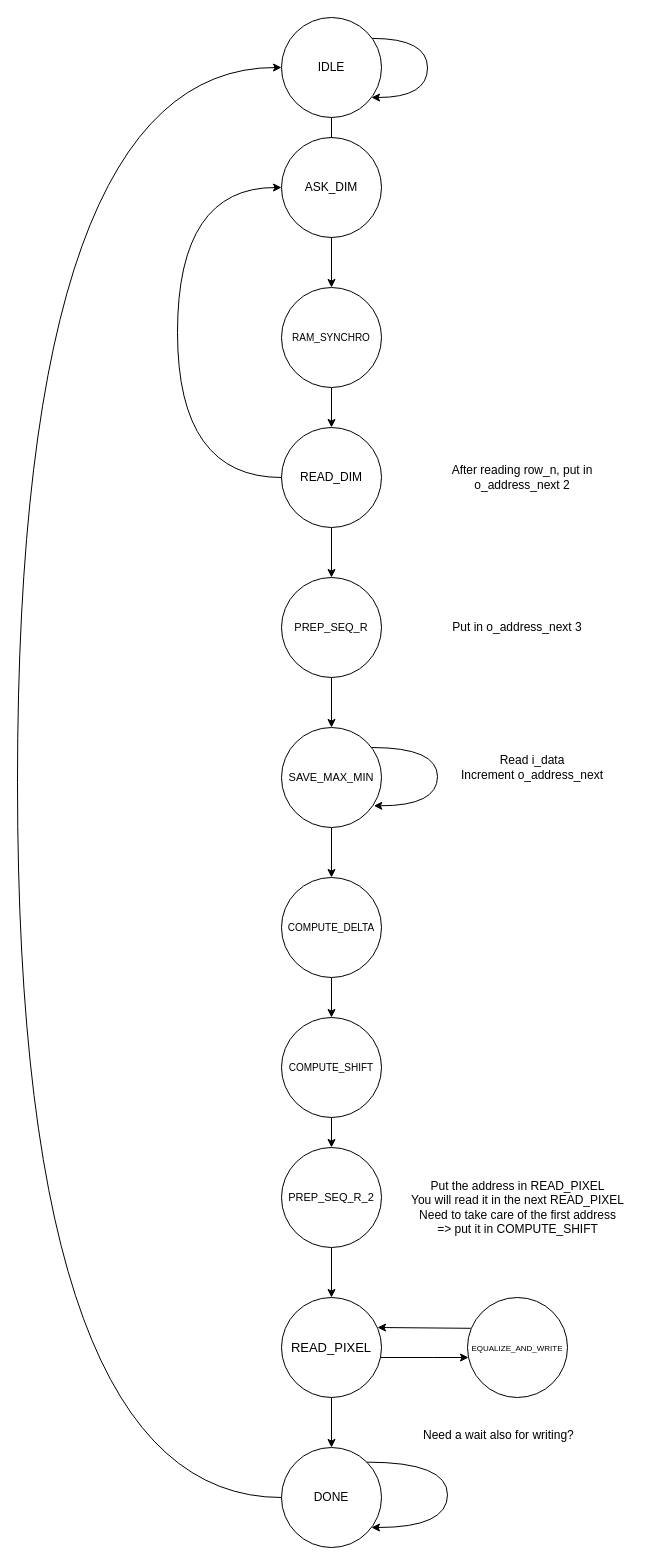
Before: documentation/state_machine.drawio in AlbertoPirillo/logic-networks-project-2020, a draw.io diagram. Source tidied: cells renumbered, new cells numbered last; positions are measured from the earlier drawing's top-left corner, leaving out a move shared by most shapes. Both pictures are drawn from the tidied source at 100%, with x=0, y=0 at pixel (17, 17).
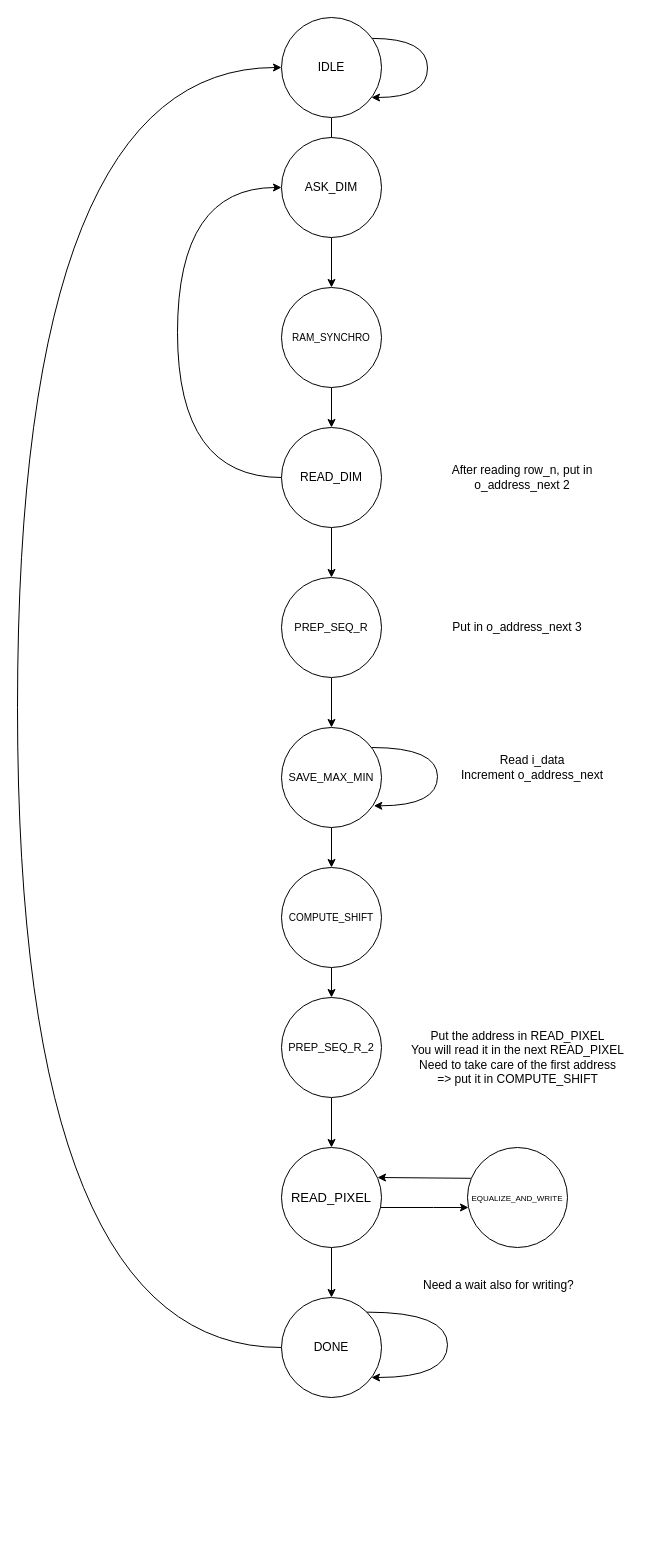
Above is the later version.

Commit message (it also covers changes not shown here):
The device is now working correctly

- Added new states in FSM
- Implemented the corresponding states in source code
- Fixed a bug with left shift

The change refers to these unchanged cells:
```xml
<mxCell id="3" value="IDLE&lt;br&gt;" style="ellipse;whiteSpace=wrap;html=1;fixDash=0;" parent="1" vertex="1">
  <mxGeometry x="264" width="100" height="100" as="geometry" />
</mxCell>
<mxCell id="12" value="&lt;font style=&quot;font-size: 11px&quot;&gt;SAVE_MAX_MIN&lt;/font&gt;" style="ellipse;whiteSpace=wrap;html=1;fixDash=0;" parent="1" vertex="1">
  <mxGeometry x="264" y="710" width="100" height="100" as="geometry" />
</mxCell>
```

The edit, as a diff of the source:
```diff
@@
     <mxCell id="9" style="edgeStyle=orthogonalEdgeStyle;rounded=0;jettySize=auto;html=1;entryX=0;entryY=0.5;entryDx=0;entryDy=0;curved=1;" parent="1" edge="1" source="10" target="3">
       <mxGeometry relative="1" as="geometry">
         <Array as="points">
-          <mxPoint y="1480" />
+          <mxPoint y="1330" />
           <mxPoint y="50" />
         </Array>
       </mxGeometry>
     </mxCell>
     <mxCell id="10" value="DONE" style="ellipse;whiteSpace=wrap;html=1;fixDash=0;" parent="1" vertex="1">
-      <mxGeometry x="264" y="1430" width="100" height="100" as="geometry" />
+      <mxGeometry x="264" y="1280" width="100" height="100" as="geometry" />
     </mxCell>
-    <mxCell id="11" style="edgeStyle=orthogonalEdgeStyle;rounded=0;jettySize=auto;html=1;" parent="1" edge="1" source="12" target="14">
-      <mxGeometry relative="1" as="geometry" />
-    </mxCell>
+    <mxCell id="35" style="edgeStyle=orthogonalEdgeStyle;rounded=0;jettySize=auto;html=1;exitX=0.5;exitY=1;exitDx=0;exitDy=0;entryX=0.5;entryY=0;entryDx=0;entryDy=0;" parent="1" edge="1" source="12" target="16">
+      <mxGeometry relative="1" as="geometry" />
+    </mxCell>
@@
-    <mxCell id="13" style="edgeStyle=orthogonalEdgeStyle;rounded=0;jettySize=auto;html=1;" parent="1" edge="1" source="14" target="16">
-      <mxGeometry relative="1" as="geometry" />
-    </mxCell>
-    <mxCell id="14" value="&lt;font style=&quot;font-size: 10px&quot;&gt;COMPUTE_DELTA&lt;/font&gt;" style="ellipse;whiteSpace=wrap;html=1;fixDash=0;" parent="1" vertex="1">
-      <mxGeometry x="264" y="860" width="100" height="100" as="geometry" />
-    </mxCell>
@@
     <mxCell id="16" value="&lt;font style=&quot;font-size: 10px&quot;&gt;COMPUTE_SHIFT&lt;/font&gt;" style="ellipse;whiteSpace=wrap;html=1;fixDash=0;" parent="1" vertex="1">
-      <mxGeometry x="264" y="1000" width="100" height="100" as="geometry" />
+      <mxGeometry x="264" y="850" width="100" height="100" as="geometry" />
     </mxCell>
     <mxCell id="17" style="edgeStyle=orthogonalEdgeStyle;rounded=0;jettySize=auto;html=1;" parent="1" edge="1" source="19" target="10">
       <mxGeometry relative="1" as="geometry">
         <Array as="points">
-          <mxPoint x="314" y="1330" />
-          <mxPoint x="314" y="1330" />
+          <mxPoint x="314" y="1180" />
+          <mxPoint x="314" y="1180" />
         </Array>
       </mxGeometry>
     </mxCell>
     <mxCell id="18" style="edgeStyle=orthogonalEdgeStyle;rounded=0;jettySize=auto;html=1;" parent="1" edge="1" target="22">
       <mxGeometry relative="1" as="geometry">
-        <mxPoint x="350" y="1340" as="sourcePoint" />
+        <mxPoint x="350" y="1190" as="sourcePoint" />
         <Array as="points">
-          <mxPoint x="416" y="1340" />
-          <mxPoint x="416" y="1340" />
+          <mxPoint x="416" y="1190" />
+          <mxPoint x="416" y="1190" />
         </Array>
       </mxGeometry>
     </mxCell>
     <mxCell id="19" value="&lt;font style=&quot;font-size: 13px&quot;&gt;READ_PIXEL&lt;/font&gt;" style="ellipse;whiteSpace=wrap;html=1;fixDash=0;" parent="1" vertex="1">
-      <mxGeometry x="264" y="1280" width="100" height="100" as="geometry" />
+      <mxGeometry x="264" y="1130" width="100" height="100" as="geometry" />
     </mxCell>
@@
     <mxCell id="21" style="edgeStyle=none;rounded=0;jettySize=auto;html=1;exitX=0.033;exitY=0.308;exitDx=0;exitDy=0;exitPerimeter=0;" parent="1" edge="1" source="22">
       <mxGeometry relative="1" as="geometry">
-        <mxPoint x="360" y="1310" as="targetPoint" />
+        <mxPoint x="360" y="1160" as="targetPoint" />
       </mxGeometry>
     </mxCell>
     <mxCell id="22" value="&lt;font style=&quot;font-size: 8px&quot;&gt;EQUALIZE_AND_WRITE&lt;/font&gt;" style="ellipse;whiteSpace=wrap;html=1;fixDash=0;" parent="1" vertex="1">
-      <mxGeometry x="450" y="1280" width="100" height="100" as="geometry" />
+      <mxGeometry x="450" y="1130" width="100" height="100" as="geometry" />
     </mxCell>
@@
     <mxCell id="25" value="&lt;font&gt;&lt;font style=&quot;font-size: 11px&quot;&gt;PREP_SEQ_R_2&lt;/font&gt;&lt;br&gt;&lt;/font&gt;" style="ellipse;whiteSpace=wrap;html=1;fixDash=0;" parent="1" vertex="1">
-      <mxGeometry x="264" y="1130" width="100" height="100" as="geometry" />
+      <mxGeometry x="264" y="980" width="100" height="100" as="geometry" />
     </mxCell>
     <mxCell id="26" style="edgeStyle=orthogonalEdgeStyle;rounded=0;orthogonalLoop=1;jettySize=auto;html=1;curved=1;exitX=1;exitY=0;exitDx=0;exitDy=0;" parent="1" edge="1" source="10" target="10">
       <mxGeometry relative="1" as="geometry">
         <Array as="points">
-          <mxPoint x="430" y="1445" />
-          <mxPoint x="430" y="1510" />
+          <mxPoint x="430" y="1295" />
+          <mxPoint x="430" y="1360" />
         </Array>
       </mxGeometry>
     </mxCell>
@@
     <mxCell id="32" value="Put the address in READ_PIXEL&lt;br&gt;You will read it in the next READ_PIXEL&lt;br&gt;Need to take care of the first address&lt;br&gt;=&amp;gt; put it in COMPUTE_SHIFT" style="text;html=1;align=center;verticalAlign=middle;strokeColor=none;" parent="1" vertex="1">
-      <mxGeometry x="385" y="1160" width="230" height="60" as="geometry" />
+      <mxGeometry x="385" y="1010" width="230" height="60" as="geometry" />
     </mxCell>
@@
     <mxCell id="34" value="Need a wait also for writing?&#10;" style="text;strokeColor=none;fillColor=none;align=left;verticalAlign=top;spacingLeft=4;spacingRight=4;overflow=hidden;" parent="1" vertex="1">
-      <mxGeometry x="400" y="1404" width="170" height="26" as="geometry" />
+      <mxGeometry x="400" y="1254" width="170" height="26" as="geometry" />
     </mxCell>
```
